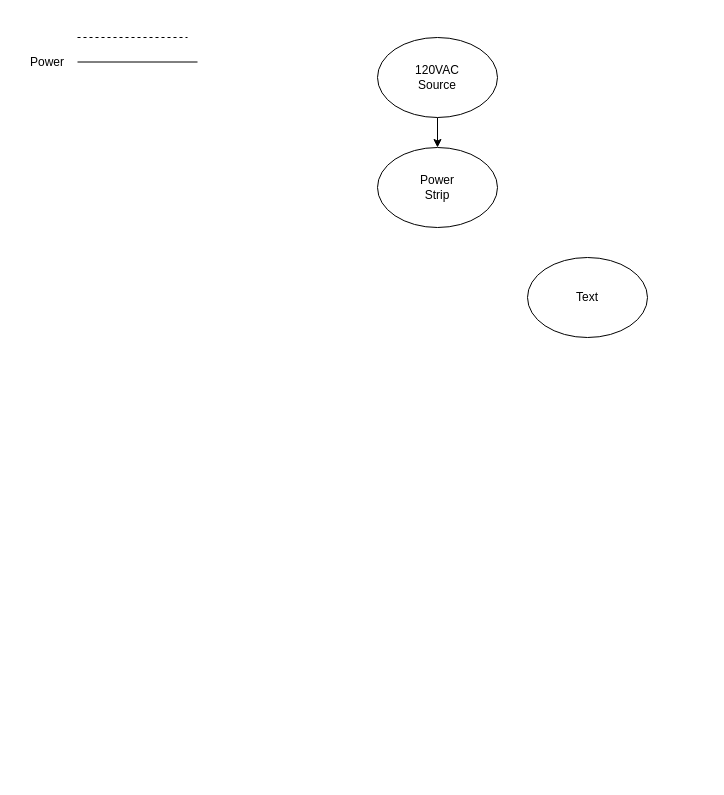
This is Untitled Diagram.drawio from markt006/MATEROVSIDS, a draw.io file, before an edit. Source tidied: cells renumbered, new cells numbered last; positions are measured from the earlier drawing's top-left corner, leaving out a move shared by most shapes. Both pictures are drawn from the tidied source at 100%, with x=0, y=0 at pixel (17, 37).
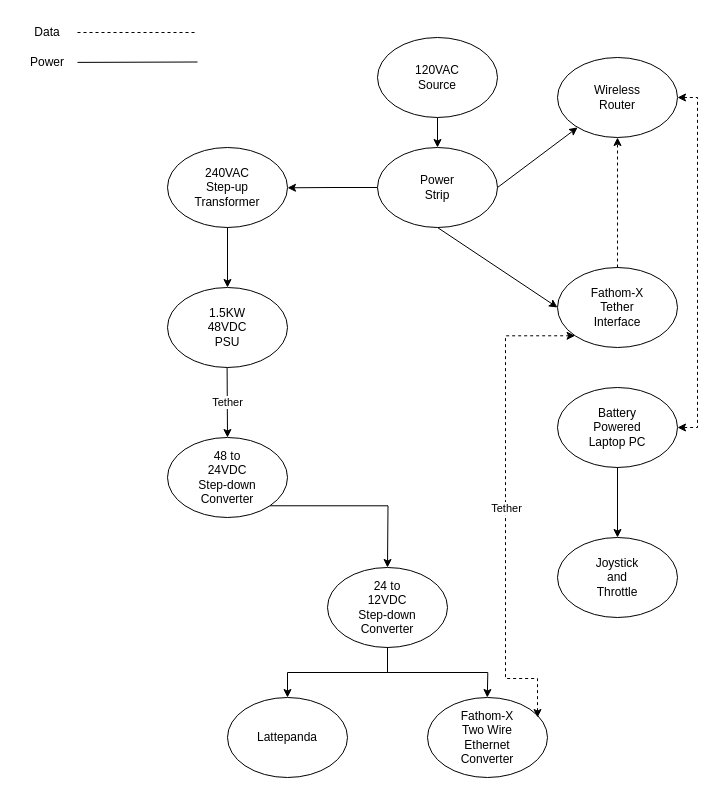
The same page after the edit.

The change refers to these unchanged cells:
```xml
<mxCell id="7" style="ellipse;whiteSpace=wrap;html=1;" parent="6" vertex="1">
  <mxGeometry width="120" height="80" as="geometry" />
</mxCell>
<mxCell id="10" style="ellipse;whiteSpace=wrap;html=1;" parent="9" vertex="1">
  <mxGeometry width="120" height="80" as="geometry" />
</mxCell>
```

Change to the diagram source:
```diff
@@
+    <mxCell id="12" style="endArrow=none;html=1;rounded=0;" parent="1" edge="1" source="13">
+      <mxGeometry relative="1" as="geometry">
+        <mxPoint x="180" y="24.5" as="targetPoint" />
+      </mxGeometry>
+    </mxCell>
+    <mxCell id="14" style="endArrow=none;dashed=1;html=1;rounded=0;" parent="1" edge="1" source="15">
+      <mxGeometry relative="1" as="geometry">
+        <mxPoint x="180" y="-5" as="targetPoint" />
+      </mxGeometry>
+    </mxCell>
+    <mxCell id="15" value="&lt;div&gt;Data&lt;/div&gt;" style="text;html=1;align=center;verticalAlign=middle;whiteSpace=wrap;rounded=0;" parent="1" vertex="1" collapsed="1">
+      <mxGeometry y="-20" width="60" height="30" as="geometry" />
+    </mxCell>
+    <mxCell id="16" style="endArrow=none;html=1;rounded=0;" parent="1" edge="1" target="13">
+      <mxGeometry relative="1" as="geometry">
+        <mxPoint x="60" y="24.5" as="sourcePoint" />
+      </mxGeometry>
+    </mxCell>
+    <mxCell id="13" value="&lt;div&gt;Power&lt;/div&gt;" style="text;html=1;align=center;verticalAlign=middle;whiteSpace=wrap;rounded=0;" parent="1" vertex="1">
+      <mxGeometry y="10" width="60" height="30" as="geometry" />
+    </mxCell>
+    <mxCell id="17" style="group;" parent="1" vertex="1">
+      <mxGeometry x="540" y="230" width="120" height="80" as="geometry" />
+    </mxCell>
+    <mxCell id="18" style="ellipse;whiteSpace=wrap;html=1;" parent="17" vertex="1">
+      <mxGeometry width="120" height="80" as="geometry" />
+    </mxCell>
+    <mxCell id="19" value="Fathom-X Tether Interface" style="text;html=1;align=center;verticalAlign=middle;whiteSpace=wrap;rounded=0;" parent="17" vertex="1" collapsed="1">
+      <mxGeometry x="30" y="25" width="60" height="30" as="geometry" />
+    </mxCell>
+    <mxCell id="20" style="endArrow=classic;html=1;rounded=0;exitX=0.5;exitY=1;exitDx=0;exitDy=0;entryX=0;entryY=0.5;entryDx=0;entryDy=0;" parent="1" edge="1" source="7" target="18">
+      <mxGeometry relative="1" as="geometry" />
+    </mxCell>
+    <mxCell id="21" style="group;" parent="1" vertex="1">
+      <mxGeometry x="540" y="350" width="120" height="80" as="geometry" />
+    </mxCell>
+    <mxCell id="22" style="ellipse;whiteSpace=wrap;html=1;" parent="21" vertex="1">
+      <mxGeometry width="120" height="80" as="geometry" />
+    </mxCell>
+    <mxCell id="23" value="Battery Powered Laptop PC" style="text;html=1;align=center;verticalAlign=middle;whiteSpace=wrap;rounded=0;" parent="21" vertex="1" collapsed="1">
+      <mxGeometry x="30" y="25" width="60" height="30" as="geometry" />
+    </mxCell>
+    <mxCell id="24" style="group;" parent="1" vertex="1">
+      <mxGeometry x="360" y="110" width="120" height="80" as="geometry" />
+    </mxCell>
-    <mxCell id="6" style="group;" parent="1" vertex="1">
-      <mxGeometry x="360" y="110" width="120" height="80" as="geometry" />
+    <mxCell id="6" style="group;" parent="24" vertex="1">
+      <mxGeometry width="120" height="80" as="geometry" />
     </mxCell>
+    <mxCell id="25" style="edgeStyle=orthogonalEdgeStyle;rounded=0;jettySize=auto;html=1;exitX=0;exitY=0.5;exitDx=0;exitDy=0;" parent="6" edge="1" source="7">
+      <mxGeometry relative="1" as="geometry">
+        <mxPoint x="-90" y="40.3" as="targetPoint" />
+      </mxGeometry>
+    </mxCell>
@@
+    <mxCell id="26" style="group;" parent="1" vertex="1">
+      <mxGeometry x="540" y="20" width="120" height="80" as="geometry" />
+    </mxCell>
-    <mxCell id="9" style="group;" parent="1" vertex="1">
-      <mxGeometry x="510" y="220" width="120" height="80" as="geometry" />
+    <mxCell id="9" style="group;" parent="26" vertex="1">
+      <mxGeometry width="120" height="80" as="geometry" />
     </mxCell>
@@
-    <mxCell id="11" value="Text" style="text;html=1;align=center;verticalAlign=middle;whiteSpace=wrap;rounded=0;" parent="9" vertex="1" collapsed="1">
+    <mxCell id="11" value="&lt;div&gt;Wireless Router&lt;/div&gt;" style="text;html=1;align=center;verticalAlign=middle;whiteSpace=wrap;rounded=0;" parent="9" vertex="1" collapsed="1">
       <mxGeometry x="30" y="25" width="60" height="30" as="geometry" />
     </mxCell>
-    <mxCell id="12" style="endArrow=none;html=1;rounded=0;" parent="1" edge="1">
-      <mxGeometry relative="1" as="geometry">
-        <mxPoint x="60" y="24.5" as="sourcePoint" />
-        <mxPoint x="180" y="24.5" as="targetPoint" />
-      </mxGeometry>
-    </mxCell>
-    <mxCell id="13" value="&lt;div&gt;Power&lt;/div&gt;" style="text;html=1;align=center;verticalAlign=middle;whiteSpace=wrap;rounded=0;" parent="1" vertex="1">
-      <mxGeometry y="10" width="60" height="30" as="geometry" />
-    </mxCell>
-    <mxCell id="14" style="endArrow=none;dashed=1;html=1;rounded=0;" parent="1" edge="1">
-      <mxGeometry relative="1" as="geometry">
-        <mxPoint x="60" as="sourcePoint" />
-        <mxPoint x="170" as="targetPoint" />
-      </mxGeometry>
-    </mxCell>
+    <mxCell id="27" style="endArrow=classic;html=1;rounded=0;dashed=1;exitX=0.5;exitY=0;exitDx=0;exitDy=0;entryX=0.5;entryY=1;entryDx=0;entryDy=0;" parent="26" edge="1" source="18" target="10">
+      <mxGeometry relative="1" as="geometry" />
+    </mxCell>
+    <mxCell id="28" style="endArrow=classic;html=1;rounded=0;exitX=1;exitY=0.5;exitDx=0;exitDy=0;" parent="1" edge="1" source="7" target="10">
+      <mxGeometry relative="1" as="geometry" />
+    </mxCell>
+    <mxCell id="29" style="group;" parent="1" vertex="1">
+      <mxGeometry x="540" y="500" width="120" height="80" as="geometry" />
+    </mxCell>
+    <mxCell id="30" style="ellipse;whiteSpace=wrap;html=1;" parent="29" vertex="1">
+      <mxGeometry width="120" height="80" as="geometry" />
+    </mxCell>
+    <mxCell id="31" value="Joystick and Throttle" style="text;html=1;align=center;verticalAlign=middle;whiteSpace=wrap;rounded=0;" parent="29" vertex="1" collapsed="1">
+      <mxGeometry x="30" y="25" width="60" height="30" as="geometry" />
+    </mxCell>
+    <mxCell id="32" style="edgeStyle=orthogonalEdgeStyle;rounded=0;jettySize=auto;html=1;exitX=0.5;exitY=1;exitDx=0;exitDy=0;" parent="1" edge="1" source="22" target="30">
+      <mxGeometry relative="1" as="geometry" />
+    </mxCell>
+    <mxCell id="33" style="group;" parent="1" vertex="1">
+      <mxGeometry x="150" y="110" width="120" height="80" as="geometry" />
+    </mxCell>
+    <mxCell id="34" style="ellipse;whiteSpace=wrap;html=1;" parent="33" vertex="1">
+      <mxGeometry width="120" height="80" as="geometry" />
+    </mxCell>
+    <mxCell id="35" value="240VAC Step-up Transformer" style="text;html=1;align=center;verticalAlign=middle;whiteSpace=wrap;rounded=0;" parent="33" vertex="1" collapsed="1">
+      <mxGeometry x="30" y="25" width="60" height="30" as="geometry" />
+    </mxCell>
+    <mxCell id="36" style="group;" parent="1" vertex="1">
+      <mxGeometry x="150" y="250" width="120" height="80" as="geometry" />
+    </mxCell>
+    <mxCell id="37" style="ellipse;whiteSpace=wrap;html=1;" parent="36" vertex="1">
+      <mxGeometry width="120" height="80" as="geometry" />
+    </mxCell>
+    <mxCell id="38" value="1.5KW 48VDC PSU" style="text;html=1;align=center;verticalAlign=middle;whiteSpace=wrap;rounded=0;" parent="36" vertex="1" collapsed="1">
+      <mxGeometry x="30" y="25" width="60" height="30" as="geometry" />
+    </mxCell>
+    <mxCell id="39" style="edgeStyle=orthogonalEdgeStyle;rounded=0;jettySize=auto;html=1;exitX=0.5;exitY=1;exitDx=0;exitDy=0;" parent="1" edge="1" source="34" target="37">
+      <mxGeometry relative="1" as="geometry" />
+    </mxCell>
+    <mxCell id="40" style="endArrow=classic;html=1;rounded=0;" parent="1" edge="1">
+      <mxGeometry relative="1" as="geometry">
+        <mxPoint x="209.6" y="330" as="sourcePoint" />
+        <mxPoint x="210" y="400" as="targetPoint" />
+      </mxGeometry>
+    </mxCell>
+    <mxCell id="41" value="&lt;div&gt;Tether&lt;/div&gt;" style="edgeLabel;html=1;align=center;verticalAlign=middle;" parent="40" vertex="1">
+      <mxGeometry relative="1" as="geometry" />
+    </mxCell>
+    <mxCell id="42" style="edgeStyle=orthogonalEdgeStyle;rounded=0;jettySize=auto;html=1;exitX=1;exitY=0.5;exitDx=0;exitDy=0;entryX=1;entryY=0.5;entryDx=0;entryDy=0;dashed=1;startArrow=classic;startFill=1;" parent="1" edge="1" source="10" target="22">
+      <mxGeometry relative="1" as="geometry" />
+    </mxCell>
+    <mxCell id="43" style="group;" parent="1" vertex="1">
+      <mxGeometry x="150" y="400" width="120" height="80" as="geometry" />
+    </mxCell>
+    <mxCell id="44" style="edgeStyle=orthogonalEdgeStyle;rounded=0;jettySize=auto;html=1;exitX=1;exitY=1;exitDx=0;exitDy=0;" parent="43" edge="1" source="45">
+      <mxGeometry relative="1" as="geometry">
+        <mxPoint x="220" y="130" as="targetPoint" />
+      </mxGeometry>
+    </mxCell>
+    <mxCell id="45" style="ellipse;whiteSpace=wrap;html=1;" parent="43" vertex="1">
+      <mxGeometry width="120" height="80" as="geometry" />
+    </mxCell>
+    <mxCell id="46" value="48 to 24VDC Step-down Converter" style="text;html=1;align=center;verticalAlign=middle;whiteSpace=wrap;rounded=0;" parent="43" vertex="1" collapsed="1">
+      <mxGeometry x="30" y="25" width="60" height="30" as="geometry" />
+    </mxCell>
+    <mxCell id="47" style="group;" parent="1" vertex="1">
+      <mxGeometry x="310" y="530" width="120" height="80" as="geometry" />
+    </mxCell>
+    <mxCell id="48" style="ellipse;whiteSpace=wrap;html=1;" parent="47" vertex="1">
+      <mxGeometry width="120" height="80" as="geometry" />
+    </mxCell>
+    <mxCell id="49" value="24 to 12VDC Step-down Converter" style="text;html=1;align=center;verticalAlign=middle;whiteSpace=wrap;rounded=0;" parent="47" vertex="1" collapsed="1">
+      <mxGeometry x="30" y="25" width="60" height="30" as="geometry" />
+    </mxCell>
+    <mxCell id="50" style="group;" parent="1" vertex="1">
+      <mxGeometry x="410" y="660" width="120" height="80" as="geometry" />
+    </mxCell>
+    <mxCell id="51" style="ellipse;whiteSpace=wrap;html=1;" parent="50" vertex="1">
+      <mxGeometry width="120" height="80" as="geometry" />
+    </mxCell>
+    <mxCell id="52" value="Fathom-X Two Wire Ethernet Converter" style="text;html=1;align=center;verticalAlign=middle;whiteSpace=wrap;rounded=0;" parent="50" vertex="1" collapsed="1">
+      <mxGeometry x="30" y="25" width="60" height="30" as="geometry" />
+    </mxCell>
+    <mxCell id="53" style="endArrow=classic;html=1;rounded=0;edgeStyle=orthogonalEdgeStyle;dashed=1;entryX=0;entryY=1;entryDx=0;entryDy=0;exitX=0.917;exitY=0.25;exitDx=0;exitDy=0;exitPerimeter=0;startArrow=classic;startFill=1;" parent="1" edge="1" source="51" target="18">
+      <mxGeometry relative="1" as="geometry">
+        <Array as="points">
+          <mxPoint x="520" y="641" />
+          <mxPoint x="488" y="641" />
+          <mxPoint x="488" y="298" />
+        </Array>
+      </mxGeometry>
+    </mxCell>
+    <mxCell id="54" value="Tether" style="edgeLabel;html=1;align=center;verticalAlign=middle;" parent="53" vertex="1">
+      <mxGeometry relative="1" as="geometry" />
+    </mxCell>
+    <mxCell id="55" style="group;" parent="1" vertex="1">
+      <mxGeometry x="210" y="660" width="120" height="80" as="geometry" />
+    </mxCell>
+    <mxCell id="56" style="ellipse;whiteSpace=wrap;html=1;" parent="55" vertex="1">
+      <mxGeometry width="120" height="80" as="geometry" />
+    </mxCell>
+    <mxCell id="57" value="Lattepanda" style="text;html=1;align=center;verticalAlign=middle;whiteSpace=wrap;rounded=0;" parent="55" vertex="1" collapsed="1">
+      <mxGeometry x="30" y="25" width="60" height="30" as="geometry" />
+    </mxCell>
+    <mxCell id="58" style="edgeStyle=orthogonalEdgeStyle;rounded=0;jettySize=auto;html=1;exitX=0.5;exitY=1;exitDx=0;exitDy=0;" parent="1" edge="1" source="48">
+      <mxGeometry relative="1" as="geometry">
+        <mxPoint x="469.8" y="660" as="targetPoint" />
+      </mxGeometry>
+    </mxCell>
+    <mxCell id="59" style="edgeStyle=orthogonalEdgeStyle;rounded=0;jettySize=auto;html=1;exitX=0.5;exitY=0;exitDx=0;exitDy=0;entryX=0.5;entryY=1;entryDx=0;entryDy=0;startArrow=classic;startFill=1;endArrow=none;endFill=0;" parent="1" edge="1" source="56" target="48">
+      <mxGeometry relative="1" as="geometry" />
+    </mxCell>
```
